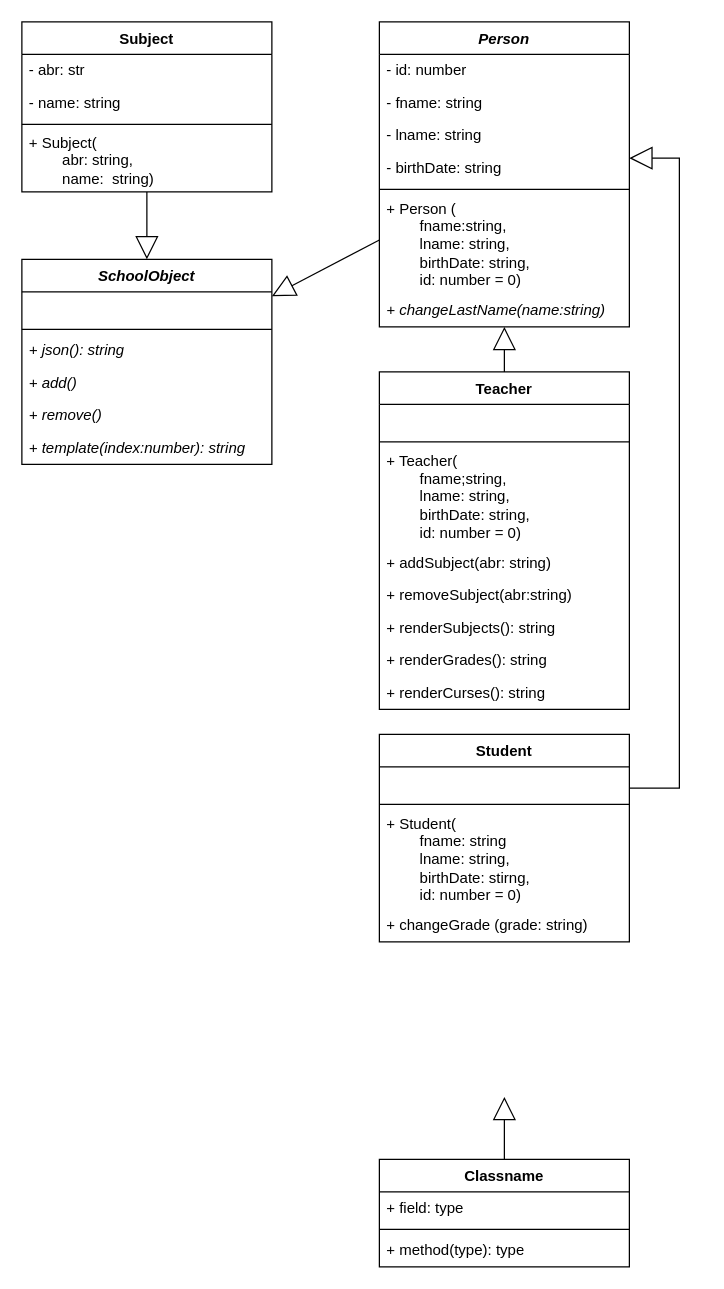
elma1989/teach keeps this draw.io diagram as drafts/frontend.drawio. Above is the earlier version. Source tidied: cells renumbered, new cells numbered last; positions are measured from the earlier drawing's top-left corner, leaving out a move shared by most shapes. Both pictures are drawn from the tidied source at 125%, with x=0, y=0 at pixel (21, 21).
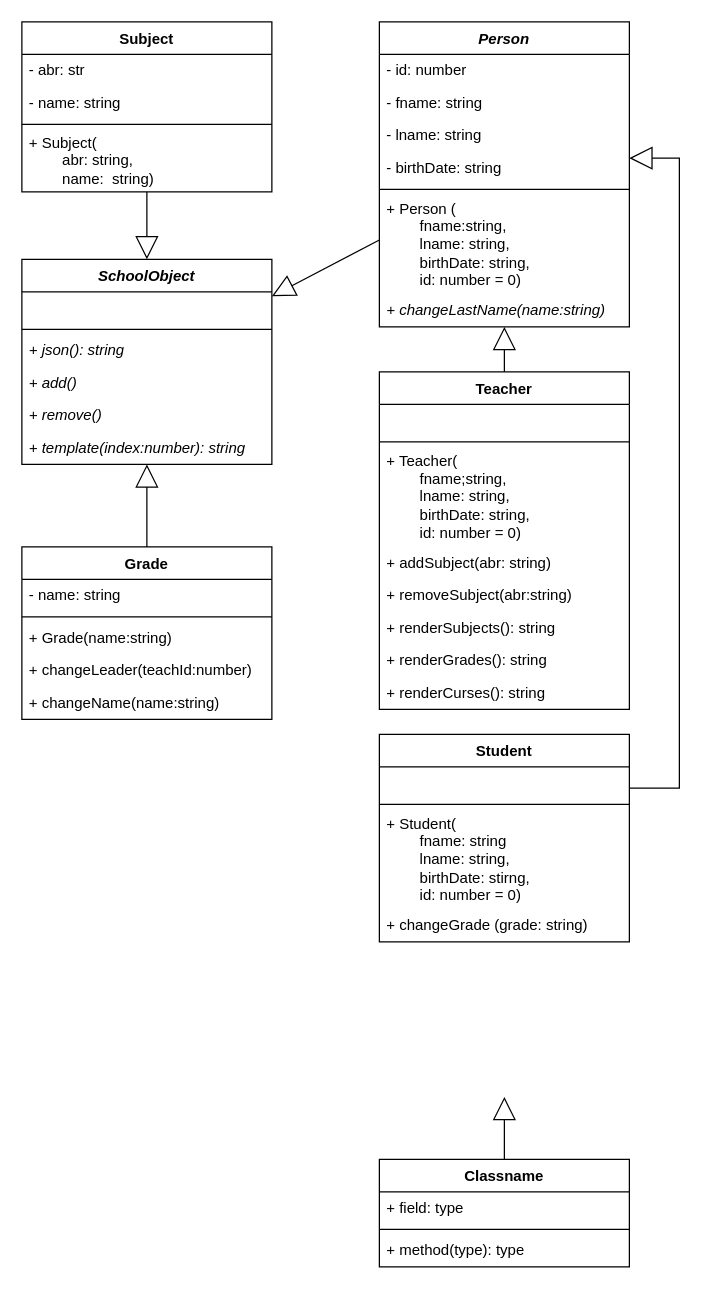
Above is the later version.

The change refers to these unchanged cells:
```xml
<mxCell id="7" value="SchoolObject" style="swimlane;fontStyle=3;align=center;verticalAlign=top;horizontal=1;startSize=26;whiteSpace=wrap;html=1;" parent="1" vertex="1">
  <mxGeometry y="190" width="200" height="164" as="geometry" />
</mxCell>
```

The edit, as a diff of the source:
```diff
@@
+    <mxCell id="45" value="Grade" style="swimlane;fontStyle=1;align=center;verticalAlign=top;horizontal=1;startSize=26;whiteSpace=wrap;html=1;" parent="1" vertex="1">
+      <mxGeometry y="420" width="200" height="138" as="geometry" />
+    </mxCell>
+    <mxCell id="46" value="- name: string" style="text;strokeColor=none;fillColor=none;align=left;verticalAlign=middle;spacingLeft=4;spacingRight=4;overflow=hidden;whiteSpace=wrap;html=1;" parent="45" vertex="1">
+      <mxGeometry y="26" width="200" height="26" as="geometry" />
+    </mxCell>
+    <mxCell id="47" style="line;strokeWidth=1;fillColor=none;align=left;verticalAlign=middle;spacingTop=-1;spacingLeft=3;spacingRight=3;labelPosition=right;strokeColor=inherit;" parent="45" vertex="1">
+      <mxGeometry y="52" width="200" height="8" as="geometry" />
+    </mxCell>
+    <mxCell id="48" value="+ Grade(name:string)" style="text;strokeColor=none;fillColor=none;align=left;verticalAlign=middle;spacingLeft=4;spacingRight=4;overflow=hidden;whiteSpace=wrap;html=1;" parent="45" vertex="1">
+      <mxGeometry y="60" width="200" height="26" as="geometry" />
+    </mxCell>
+    <mxCell id="49" value="+ changeLeader(teachId:number)" style="text;strokeColor=none;fillColor=none;align=left;verticalAlign=middle;spacingLeft=4;spacingRight=4;overflow=hidden;whiteSpace=wrap;html=1;" parent="45" vertex="1">
+      <mxGeometry y="86" width="200" height="26" as="geometry" />
+    </mxCell>
+    <mxCell id="50" value="+ changeName(name:string)" style="text;strokeColor=none;fillColor=none;align=left;verticalAlign=middle;spacingLeft=4;spacingRight=4;overflow=hidden;whiteSpace=wrap;html=1;" parent="45" vertex="1">
+      <mxGeometry y="112" width="200" height="26" as="geometry" />
+    </mxCell>
+    <mxCell id="51" style="endArrow=block;endSize=16;endFill=0;html=1;rounded=0;" parent="1" edge="1" source="45" target="7">
+      <mxGeometry relative="1" as="geometry" />
+    </mxCell>
```
